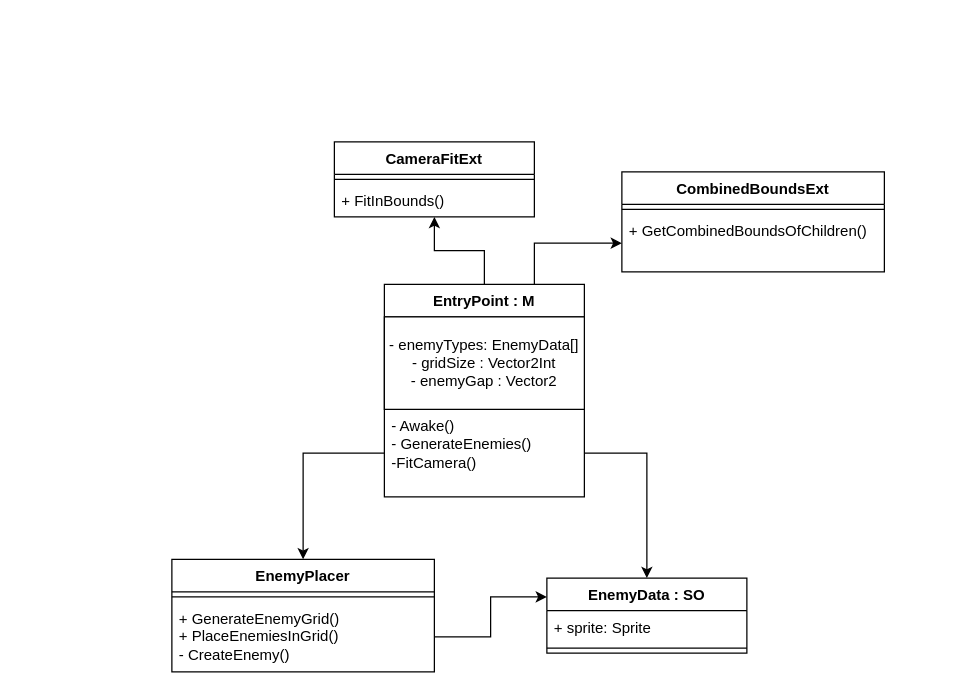
Before: page "EntryPoint" (1 of 2) of Assets/_Presentation/UML/UML.drawio in IvanvIvanv/SpaceInvadersTask, a draw.io diagram. Source tidied: cells renumbered, new cells numbered last; positions are measured from the earlier drawing's top-left corner, leaving out a move shared by most shapes. Both pictures are drawn from the tidied source at 125%, with x=0, y=0 at pixel (171, 141).
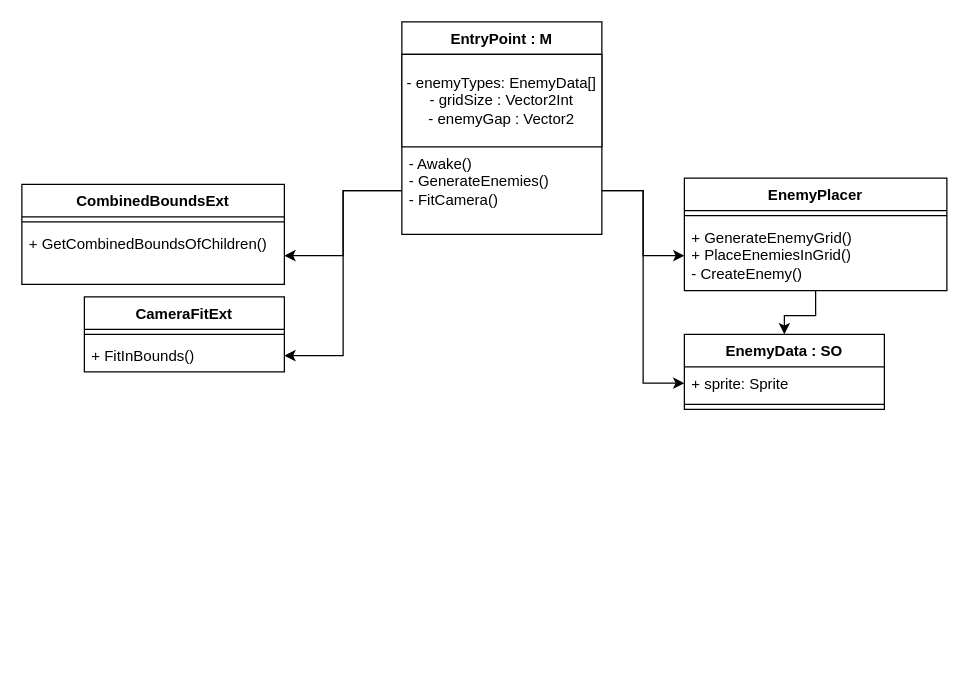
The same diagram, later.

Unchanged cells that the change refers to:
```xml
<mxCell id="9" value="&lt;div&gt;+ GenerateEnemyGrid()&lt;br&gt;&lt;/div&gt;&lt;div&gt;+ PlaceEnemiesInGrid()&lt;br&gt;&lt;/div&gt;&lt;div&gt;- CreateEnemy()&lt;br&gt;&lt;/div&gt;" style="text;strokeColor=none;fillColor=none;align=left;verticalAlign=top;spacingLeft=4;spacingRight=4;overflow=hidden;points=[[0,0.5],[1,0.5]];portConstraint=eastwest;whiteSpace=wrap;html=1;" parent="7" vertex="1">
  <mxGeometry y="34" width="210" height="56" as="geometry" />
</mxCell>
<mxCell id="11" value="+ sprite: Sprite" style="text;strokeColor=none;fillColor=none;align=left;verticalAlign=top;spacingLeft=4;spacingRight=4;overflow=hidden;points=[[0,0.5],[1,0.5]];portConstraint=eastwest;whiteSpace=wrap;html=1;" parent="10" vertex="1">
  <mxGeometry y="26" width="160" height="26" as="geometry" />
</mxCell>
<mxCell id="18" value="+ GetCombinedBoundsOfChildren()" style="text;strokeColor=none;fillColor=none;align=left;verticalAlign=top;spacingLeft=4;spacingRight=4;overflow=hidden;points=[[0,0.5],[1,0.5]];portConstraint=eastwest;whiteSpace=wrap;html=1;" parent="16" vertex="1">
  <mxGeometry y="34" width="210" height="46" as="geometry" />
</mxCell>
<mxCell id="21" value="+ FitInBounds()" style="text;strokeColor=none;fillColor=none;align=left;verticalAlign=top;spacingLeft=4;spacingRight=4;overflow=hidden;points=[[0,0.5],[1,0.5]];portConstraint=eastwest;whiteSpace=wrap;html=1;" parent="19" vertex="1">
  <mxGeometry y="34" width="160" height="26" as="geometry" />
</mxCell>
```

What changed in the source:
```diff
@@
-    <mxCell id="2" style="edgeStyle=orthogonalEdgeStyle;rounded=0;jettySize=auto;html=1;exitX=0.5;exitY=0;exitDx=0;exitDy=0;entryX=0.5;entryY=1;entryDx=0;entryDy=0;" parent="1" edge="1" source="4" target="19">
-      <mxGeometry relative="1" as="geometry" />
-    </mxCell>
-    <mxCell id="3" style="edgeStyle=orthogonalEdgeStyle;rounded=0;jettySize=auto;html=1;exitX=0.75;exitY=0;exitDx=0;exitDy=0;entryX=0;entryY=0.5;entryDx=0;entryDy=0;" parent="1" edge="1" source="4" target="18">
-      <mxGeometry relative="1" as="geometry" />
-    </mxCell>
     <mxCell id="4" value="EntryPoint : M" style="swimlane;fontStyle=1;align=center;verticalAlign=top;horizontal=1;startSize=26;whiteSpace=wrap;html=1;" parent="1" vertex="1">
-      <mxGeometry x="170" y="114" width="160" height="170" as="geometry" />
+      <mxGeometry x="184" y="-96" width="160" height="170" as="geometry" />
     </mxCell>
@@
-    <mxCell id="6" value="&lt;div&gt;- Awake()&lt;/div&gt;&lt;div&gt;- GenerateEnemies()&lt;br&gt;&lt;/div&gt;&lt;div&gt;-FitCamera()&lt;br&gt;&lt;/div&gt;" style="text;strokeColor=none;fillColor=none;align=left;verticalAlign=top;spacingLeft=4;spacingRight=4;overflow=hidden;points=[[0,0.5],[1,0.5]];portConstraint=eastwest;whiteSpace=wrap;html=1;" parent="4" vertex="1">
+    <mxCell id="6" value="&lt;div&gt;- Awake()&lt;/div&gt;&lt;div&gt;- GenerateEnemies()&lt;br&gt;&lt;/div&gt;&lt;div&gt;- FitCamera()&lt;br&gt;&lt;/div&gt;" style="text;strokeColor=none;fillColor=none;align=left;verticalAlign=top;spacingLeft=4;spacingRight=4;overflow=hidden;points=[[0,0.5],[1,0.5]];portConstraint=eastwest;whiteSpace=wrap;html=1;" parent="4" vertex="1">
       <mxGeometry y="100" width="160" height="70" as="geometry" />
     </mxCell>
+    <mxCell id="22" style="edgeStyle=orthogonalEdgeStyle;rounded=0;jettySize=auto;html=1;exitX=0.5;exitY=1;exitDx=0;exitDy=0;entryX=0.5;entryY=0;entryDx=0;entryDy=0;" parent="1" edge="1" source="7" target="10">
+      <mxGeometry relative="1" as="geometry" />
+    </mxCell>
     <mxCell id="7" value="EnemyPlacer" style="swimlane;fontStyle=1;align=center;verticalAlign=top;horizontal=1;startSize=26;whiteSpace=wrap;html=1;" parent="1" vertex="1">
-      <mxGeometry y="334" width="210" height="90" as="geometry" />
+      <mxGeometry x="410" y="29" width="210" height="90" as="geometry" />
     </mxCell>
@@
     <mxCell id="10" value="EnemyData : SO" style="swimlane;fontStyle=1;align=center;verticalAlign=top;horizontal=1;startSize=26;whiteSpace=wrap;html=1;" parent="1" vertex="1">
-      <mxGeometry x="300" y="349" width="160" height="60" as="geometry" />
+      <mxGeometry x="410" y="154" width="160" height="60" as="geometry" />
     </mxCell>
@@
-    <mxCell id="13" style="edgeStyle=orthogonalEdgeStyle;rounded=0;jettySize=auto;html=1;exitX=0;exitY=0.5;exitDx=0;exitDy=0;" parent="1" edge="1" source="6" target="7">
-      <mxGeometry relative="1" as="geometry" />
-    </mxCell>
-    <mxCell id="14" style="edgeStyle=orthogonalEdgeStyle;rounded=0;jettySize=auto;html=1;exitX=1;exitY=0.5;exitDx=0;exitDy=0;entryX=0;entryY=0.25;entryDx=0;entryDy=0;" parent="1" edge="1" source="9" target="10">
-      <mxGeometry relative="1" as="geometry" />
-    </mxCell>
-    <mxCell id="15" style="edgeStyle=orthogonalEdgeStyle;rounded=0;jettySize=auto;html=1;exitX=1;exitY=0.5;exitDx=0;exitDy=0;entryX=0.5;entryY=0;entryDx=0;entryDy=0;" parent="1" edge="1" source="6" target="10">
-      <mxGeometry relative="1" as="geometry" />
-    </mxCell>
     <mxCell id="16" value="CombinedBoundsExt" style="swimlane;fontStyle=1;align=center;verticalAlign=top;horizontal=1;startSize=26;whiteSpace=wrap;html=1;" parent="1" vertex="1">
-      <mxGeometry x="360" y="24" width="210" height="80" as="geometry" />
+      <mxGeometry x="-120" y="34" width="210" height="80" as="geometry" />
     </mxCell>
@@
     <mxCell id="19" value="CameraFitExt" style="swimlane;fontStyle=1;align=center;verticalAlign=top;horizontal=1;startSize=26;whiteSpace=wrap;html=1;" parent="1" vertex="1">
-      <mxGeometry x="130" width="160" height="60" as="geometry" />
+      <mxGeometry x="-70" y="124" width="160" height="60" as="geometry" />
     </mxCell>
@@
+    <mxCell id="23" style="edgeStyle=orthogonalEdgeStyle;rounded=0;jettySize=auto;html=1;exitX=0;exitY=0.5;exitDx=0;exitDy=0;entryX=1;entryY=0.5;entryDx=0;entryDy=0;" parent="1" edge="1" source="6" target="18">
+      <mxGeometry relative="1" as="geometry" />
+    </mxCell>
+    <mxCell id="24" style="edgeStyle=orthogonalEdgeStyle;rounded=0;jettySize=auto;html=1;exitX=0;exitY=0.5;exitDx=0;exitDy=0;entryX=1;entryY=0.5;entryDx=0;entryDy=0;" parent="1" edge="1" source="6" target="21">
+      <mxGeometry relative="1" as="geometry" />
+    </mxCell>
+    <mxCell id="25" style="edgeStyle=orthogonalEdgeStyle;rounded=0;jettySize=auto;html=1;exitX=1;exitY=0.5;exitDx=0;exitDy=0;entryX=0;entryY=0.5;entryDx=0;entryDy=0;" parent="1" edge="1" source="6" target="9">
+      <mxGeometry relative="1" as="geometry" />
+    </mxCell>
+    <mxCell id="26" style="edgeStyle=orthogonalEdgeStyle;rounded=0;jettySize=auto;html=1;exitX=1;exitY=0.5;exitDx=0;exitDy=0;entryX=0;entryY=0.5;entryDx=0;entryDy=0;" parent="1" edge="1" source="6" target="11">
+      <mxGeometry relative="1" as="geometry" />
+    </mxCell>
```
